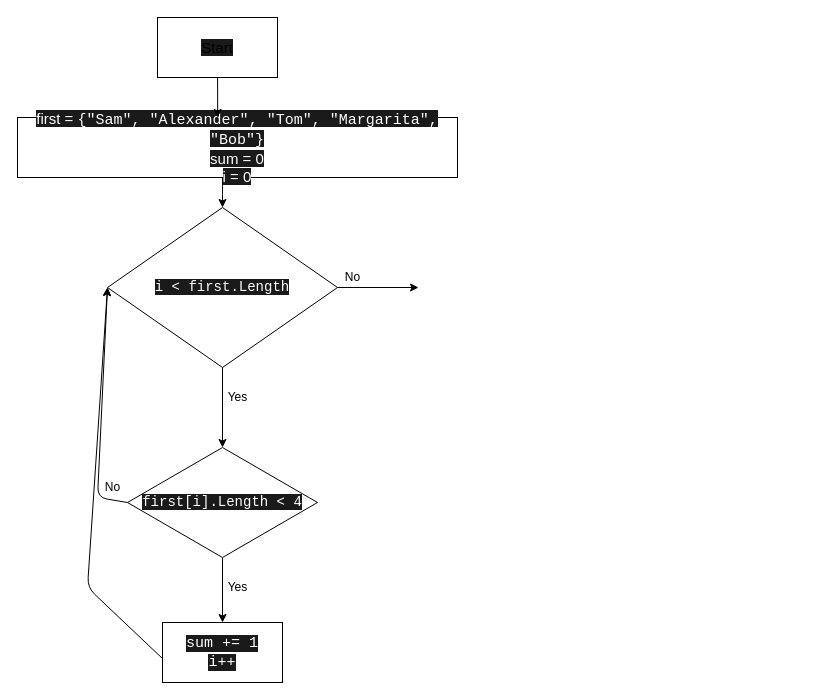
Before: FlowChart.drawio in Margaritonka/ControlTest, a draw.io diagram. Source tidied: cells renumbered, new cells numbered last; positions are measured from the earlier drawing's top-left corner, leaving out a move shared by most shapes. Both pictures are drawn from the tidied source at 100%, with x=0, y=0 at pixel (17, 17).
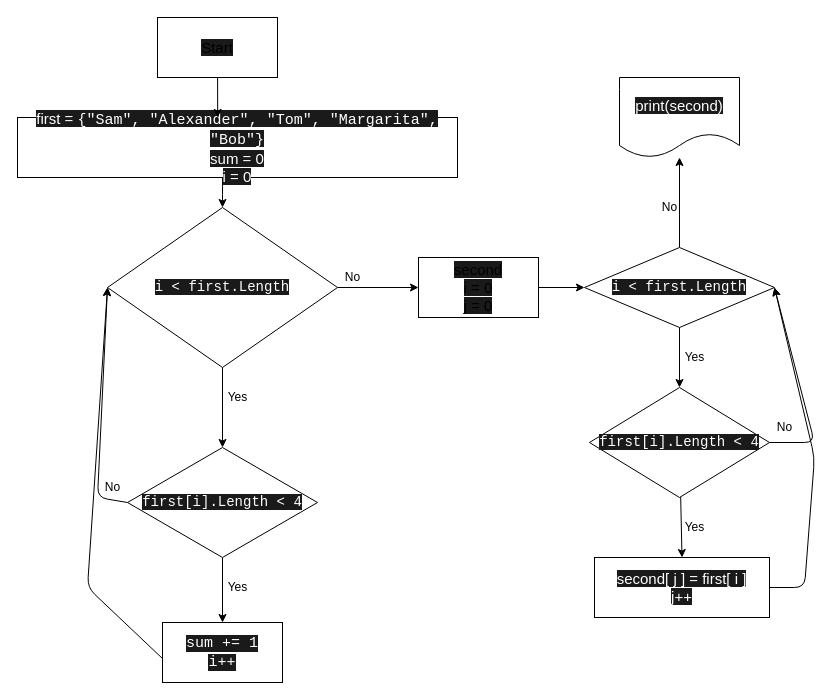
After the change.

Commit message:
add copy cycle in flowchart

The edit, as a diff of the source:
```diff
@@
+    <mxCell id="18" style="edgeStyle=none;html=1;entryX=0;entryY=0.5;entryDx=0;entryDy=0;" parent="1" edge="1" source="19" target="27">
+      <mxGeometry relative="1" as="geometry" />
+    </mxCell>
+    <mxCell id="19" value="&lt;font style=&quot;font-size: 15px ; background-color: rgb(26 , 26 , 26)&quot;&gt;second&lt;br&gt;i = 0&lt;br&gt;j = 0&lt;/font&gt;" style="rounded=0;whiteSpace=wrap;html=1;" parent="1" vertex="1">
+      <mxGeometry x="401" y="240" width="120" height="60" as="geometry" />
+    </mxCell>
+    <mxCell id="20" style="edgeStyle=none;html=1;entryX=0.5;entryY=0;entryDx=0;entryDy=0;" parent="1" edge="1" source="22" target="24">
+      <mxGeometry relative="1" as="geometry" />
+    </mxCell>
+    <mxCell id="21" style="edgeStyle=none;html=1;entryX=1;entryY=0.5;entryDx=0;entryDy=0;exitX=1;exitY=0.5;exitDx=0;exitDy=0;" parent="1" edge="1" source="22" target="27">
+      <mxGeometry relative="1" as="geometry">
+        <Array as="points">
+          <mxPoint x="797" y="425" />
+        </Array>
+      </mxGeometry>
+    </mxCell>
+    <mxCell id="22" value="&lt;div style=&quot;font-family: &amp;#34;consolas&amp;#34; , &amp;#34;courier new&amp;#34; , monospace ; font-size: 14px ; line-height: 19px&quot;&gt;&lt;span style=&quot;background-color: rgb(26 , 26 , 26)&quot;&gt;&lt;font color=&quot;#ffffff&quot;&gt;first[i].Length&amp;nbsp;&amp;lt;&amp;nbsp;4&lt;/font&gt;&lt;/span&gt;&lt;br&gt;&lt;/div&gt;" style="rhombus;whiteSpace=wrap;html=1;" parent="1" vertex="1">
+      <mxGeometry x="572" y="370" width="180" height="110" as="geometry" />
+    </mxCell>
+    <mxCell id="23" style="edgeStyle=none;html=1;entryX=1;entryY=0.5;entryDx=0;entryDy=0;fontSize=15;fontColor=#FFFFFF;" parent="1" edge="1" source="24" target="27">
+      <mxGeometry relative="1" as="geometry">
+        <Array as="points">
+          <mxPoint x="787" y="570" />
+          <mxPoint x="797" y="440" />
+        </Array>
+      </mxGeometry>
+    </mxCell>
+    <mxCell id="24" value="&lt;font style=&quot;font-size: 15px ; background-color: rgb(26 , 26 , 26)&quot; color=&quot;#ffffff&quot;&gt;second[ j ] = first[ i ]&lt;br&gt;j++&lt;/font&gt;" style="rounded=0;whiteSpace=wrap;html=1;" parent="1" vertex="1">
+      <mxGeometry x="577" y="540" width="175" height="60" as="geometry" />
+    </mxCell>
+    <mxCell id="25" style="edgeStyle=none;html=1;entryX=0.5;entryY=0;entryDx=0;entryDy=0;" parent="1" edge="1" source="27" target="22">
+      <mxGeometry relative="1" as="geometry" />
+    </mxCell>
+    <mxCell id="26" style="edgeStyle=none;html=1;" parent="1" edge="1" source="27" target="31">
+      <mxGeometry relative="1" as="geometry" />
+    </mxCell>
+    <mxCell id="27" value="&lt;div style=&quot;font-family: &amp;#34;consolas&amp;#34; , &amp;#34;courier new&amp;#34; , monospace ; font-size: 14px ; line-height: 19px&quot;&gt;&lt;span style=&quot;background-color: rgb(26 , 26 , 26)&quot;&gt;&lt;font color=&quot;#ffffff&quot;&gt;i &amp;lt; first.Length&lt;/font&gt;&lt;/span&gt;&lt;/div&gt;" style="rhombus;whiteSpace=wrap;html=1;" parent="1" vertex="1">
+      <mxGeometry x="567" y="230" width="190" height="80" as="geometry" />
+    </mxCell>
+    <mxCell id="28" value="Yes" style="text;html=1;align=center;verticalAlign=middle;strokeColor=none;fillColor=none;" parent="1" vertex="1">
+      <mxGeometry x="657" y="500" width="40" height="20" as="geometry" />
+    </mxCell>
+    <mxCell id="29" value="No" style="text;html=1;align=center;verticalAlign=middle;strokeColor=none;fillColor=none;" parent="1" vertex="1">
+      <mxGeometry x="752" y="400" width="30" height="20" as="geometry" />
+    </mxCell>
+    <mxCell id="30" value="Yes" style="text;html=1;align=center;verticalAlign=middle;strokeColor=none;fillColor=none;" parent="1" vertex="1">
+      <mxGeometry x="657" y="330" width="40" height="20" as="geometry" />
+    </mxCell>
+    <mxCell id="31" value="&lt;font style=&quot;font-size: 15px ; background-color: rgb(26 , 26 , 26)&quot; color=&quot;#ffffff&quot;&gt;print(second)&lt;/font&gt;" style="shape=document;whiteSpace=wrap;html=1;boundedLbl=1;" parent="1" vertex="1">
+      <mxGeometry x="602" y="60" width="120" height="80" as="geometry" />
+    </mxCell>
+    <mxCell id="32" value="No" style="text;html=1;align=center;verticalAlign=middle;strokeColor=none;fillColor=none;" parent="1" vertex="1">
+      <mxGeometry x="637" y="180" width="30" height="20" as="geometry" />
+    </mxCell>
```
